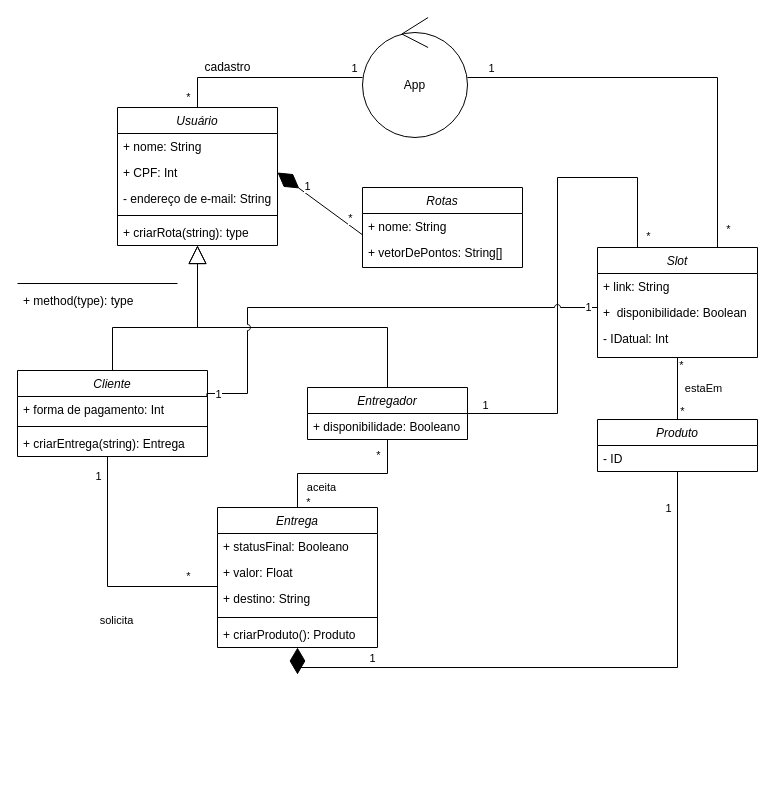
This is Diagrama Conceitual - Projeto.drawio from bruniculos08/SOFT003, a draw.io file, before an edit. Source tidied: cells renumbered, new cells numbered last; positions are measured from the earlier drawing's top-left corner, leaving out a move shared by most shapes. Both pictures are drawn from the tidied source at 100%, with x=0, y=0 at pixel (17, 17).
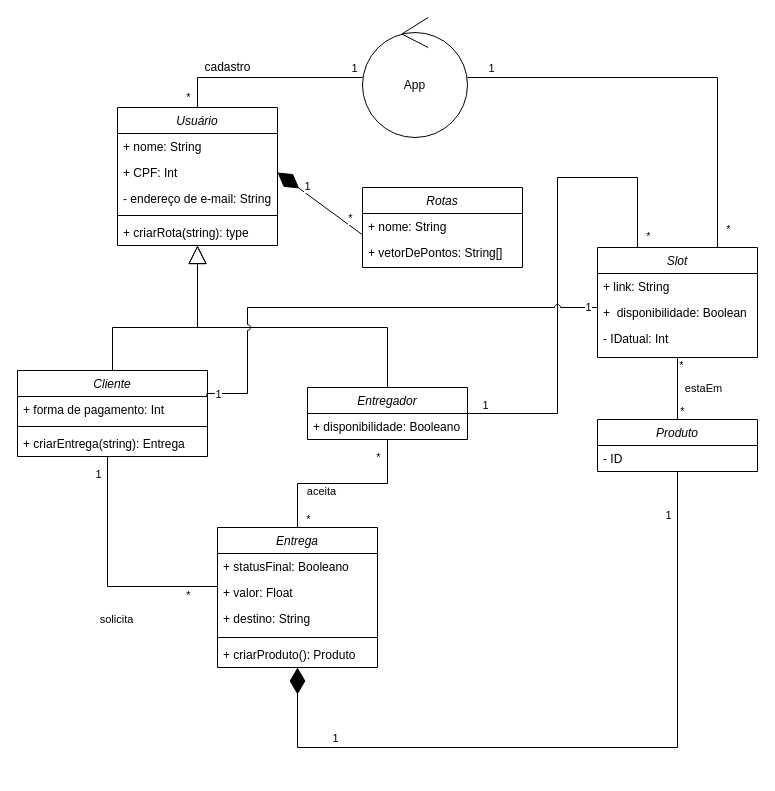
The same diagram, later.

The change refers to these unchanged cells:
```xml
<mxCell id="25" value="- ID" style="text;align=left;verticalAlign=top;spacingLeft=4;spacingRight=4;overflow=hidden;points=[[0,0.5],[1,0.5]];portConstraint=eastwest;" parent="24" vertex="1">
  <mxGeometry y="26" width="160" height="26" as="geometry" />
</mxCell>
<mxCell id="46" value="+ criarProduto(): Produto" style="text;strokeColor=none;fillColor=none;align=left;verticalAlign=top;spacingLeft=4;spacingRight=4;overflow=hidden;points=[[0,0.5],[1,0.5]];portConstraint=eastwest;" parent="41" vertex="1">
  <mxGeometry y="114" width="160" height="26" as="geometry" />
</mxCell>
```

Change to the diagram source:
```diff
@@
-<mxGraphModel>
+<mxGraphModel background="#ffffff">
@@
     <mxCell id="41" value="Entrega" style="swimlane;fontStyle=2;align=center;verticalAlign=top;horizontal=1;startSize=26;rounded=0;shadow=0;strokeWidth=1;" parent="1" vertex="1">
-      <mxGeometry x="200" y="490" width="160" height="140" as="geometry" />
+      <mxGeometry x="200" y="510" width="160" height="140" as="geometry" />
     </mxCell>
@@
     <mxCell id="57" style="endArrow=diamondThin;endFill=1;endSize=24;html=1;rounded=0;" parent="1" edge="1" source="25" target="46">
       <mxGeometry relative="1" as="geometry">
         <Array as="points">
-          <mxPoint x="660" y="650" />
+          <mxPoint x="660" y="730" />
+          <mxPoint x="280" y="730" />
           <mxPoint x="280" y="650" />
         </Array>
       </mxGeometry>
     </mxCell>
@@
-    <mxCell id="63" style="line;strokeWidth=1;fillColor=none;align=left;verticalAlign=middle;spacingTop=-1;spacingLeft=3;spacingRight=3;labelPosition=right;" parent="1" vertex="1">
-      <mxGeometry y="262" width="160" height="8" as="geometry" />
-    </mxCell>
-    <mxCell id="64" value="+ method(type): type" style="text;strokeColor=none;fillColor=none;align=left;verticalAlign=top;spacingLeft=4;spacingRight=4;overflow=hidden;" parent="1" vertex="1">
-      <mxGeometry y="270" width="160" height="26" as="geometry" />
-    </mxCell>
```
